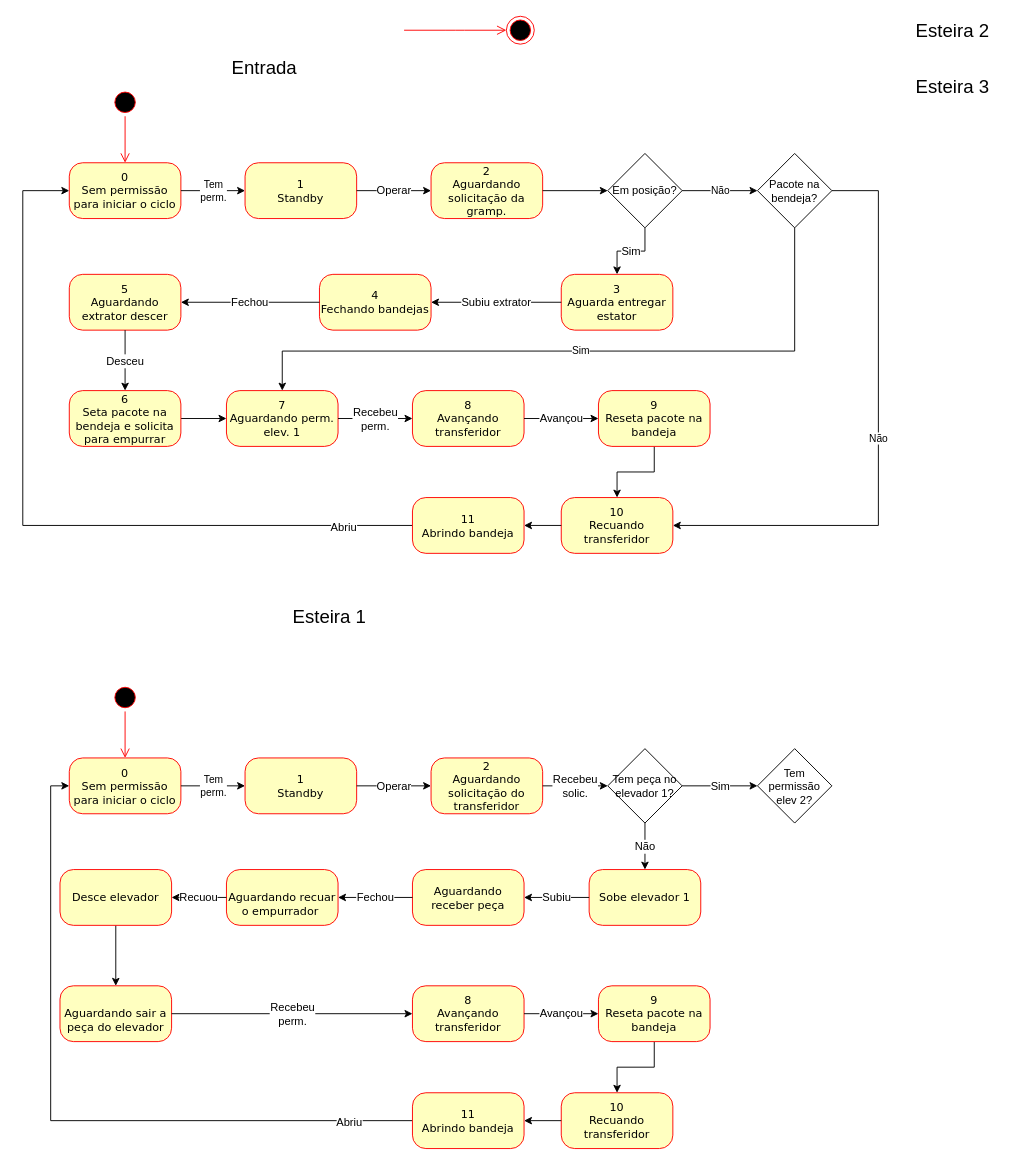
Before: estadosEsteira.drawio in JonanMuller/M04196N03_Grampeadeira, a draw.io diagram. Source tidied: cells renumbered, new cells numbered last; positions are measured from the earlier drawing's top-left corner, leaving out a move shared by most shapes. Both pictures are drawn from the tidied source at 93%, with x=0, y=0 at pixel (22, 16).
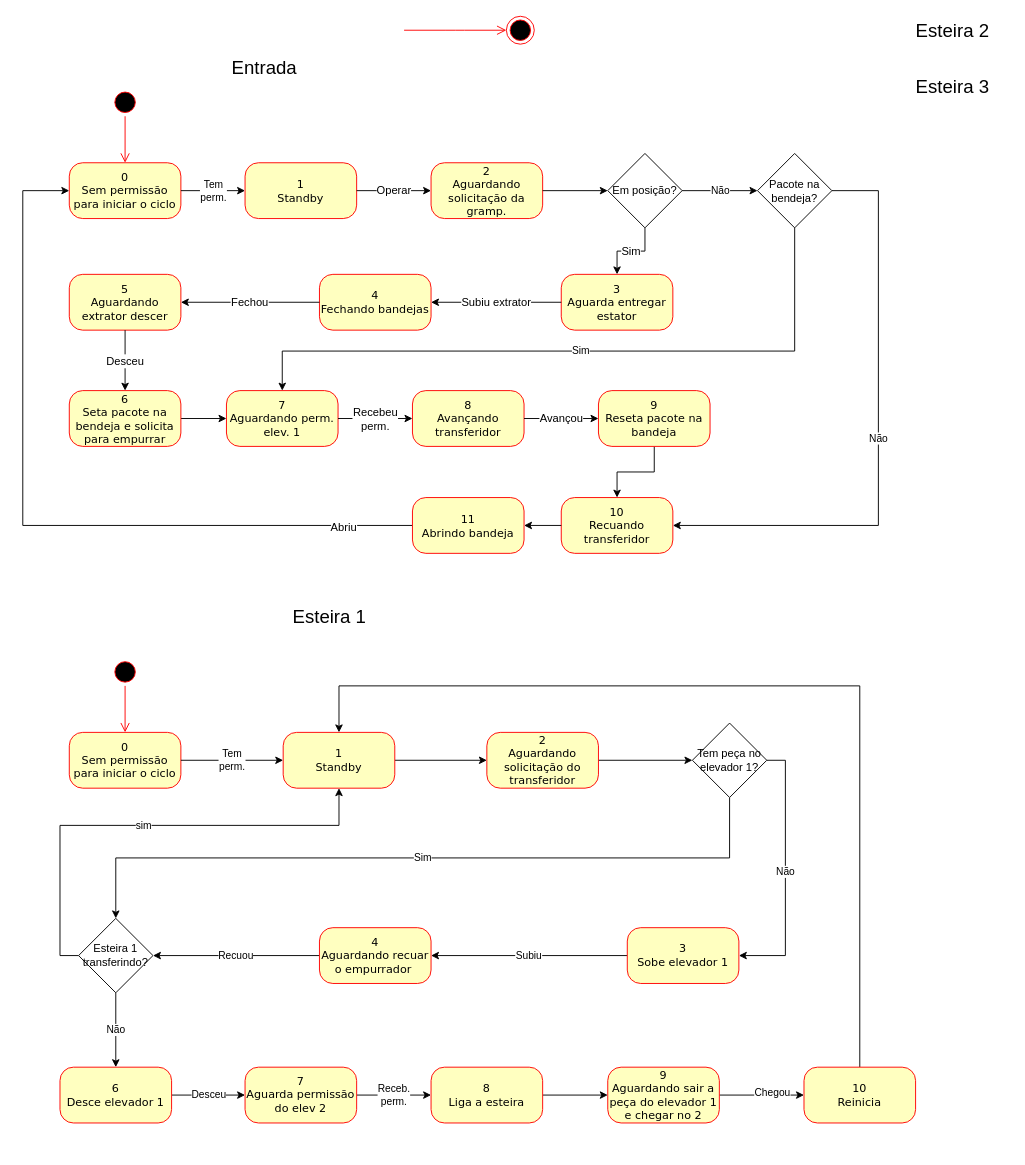
After the change.

The edit, as a diff of the source:
```diff
@@
     <mxCell id="8" style="ellipse;html=1;shape=startState;fillColor=#000000;strokeColor=#ff0000;rounded=1;shadow=0;comic=0;labelBackgroundColor=none;fontFamily=Verdana;fontSize=12;fontColor=#000000;align=center;direction=south;" parent="1" vertex="1">
-      <mxGeometry x="95" y="717.5" width="30" height="30" as="geometry" />
+      <mxGeometry x="95" y="690" width="30" height="30" as="geometry" />
     </mxCell>
     <mxCell id="9" value="0&lt;br&gt;Sem permissão para iniciar o ciclo" style="rounded=1;whiteSpace=wrap;html=1;arcSize=24;fillColor=#ffffc0;strokeColor=#ff0000;shadow=0;comic=0;labelBackgroundColor=none;fontFamily=Verdana;fontSize=12;fontColor=#000000;align=center;" parent="1" vertex="1">
-      <mxGeometry x="50" y="797.5" width="120" height="60" as="geometry" />
+      <mxGeometry x="50" y="770" width="120" height="60" as="geometry" />
     </mxCell>
+    <mxCell id="19" style="edgeStyle=orthogonalEdgeStyle;rounded=0;jettySize=auto;html=1;startArrow=none;" parent="1" edge="1" source="13" target="18">
+      <mxGeometry relative="1" as="geometry" />
+    </mxCell>
+    <mxCell id="14" style="edgeStyle=orthogonalEdgeStyle;rounded=0;jettySize=auto;html=1;" parent="1" edge="1" source="10" target="13">
+      <mxGeometry relative="1" as="geometry" />
+    </mxCell>
     <mxCell id="10" value="1&lt;br&gt;Standby" style="rounded=1;whiteSpace=wrap;html=1;arcSize=24;fillColor=#ffffc0;strokeColor=#ff0000;shadow=0;comic=0;labelBackgroundColor=none;fontFamily=Verdana;fontSize=12;fontColor=#000000;align=center;" parent="1" vertex="1">
-      <mxGeometry x="239" y="797.5" width="120" height="60" as="geometry" />
+      <mxGeometry x="280" y="770" width="120" height="60" as="geometry" />
     </mxCell>
@@
-    <mxCell id="13" value="2&lt;br&gt;Aguardando&lt;br&gt;solicitação do&lt;br&gt;transferidor" style="rounded=1;whiteSpace=wrap;html=1;arcSize=24;fillColor=#ffffc0;strokeColor=#ff0000;shadow=0;comic=0;labelBackgroundColor=none;fontFamily=Verdana;fontSize=12;fontColor=#000000;align=center;" parent="1" vertex="1">
-      <mxGeometry x="439" y="797.5" width="120" height="60" as="geometry" />
-    </mxCell>
-    <mxCell id="14" value="Operar" style="edgeStyle=orthogonalEdgeStyle;rounded=0;jettySize=auto;html=1;fontSize=12;" parent="1" edge="1" source="10" target="13">
-      <mxGeometry relative="1" as="geometry" />
-    </mxCell>
+    <mxCell id="17" value="Não" style="edgeStyle=orthogonalEdgeStyle;rounded=0;jettySize=auto;html=1;exitX=1;exitY=0.5;exitDx=0;exitDy=0;entryX=1;entryY=0.5;entryDx=0;entryDy=0;startArrow=none;" parent="1" edge="1" source="18" target="15">
+      <mxGeometry relative="1" as="geometry" />
+    </mxCell>
+    <mxCell id="21" value="Subiu" style="edgeStyle=orthogonalEdgeStyle;rounded=0;jettySize=auto;html=1;exitX=0;exitY=0.5;exitDx=0;exitDy=0;entryX=1;entryY=0.5;entryDx=0;entryDy=0;" parent="1" edge="1" source="15" target="22">
+      <mxGeometry relative="1" as="geometry" />
+    </mxCell>
-    <mxCell id="15" value="Sobe elevador 1" style="rounded=1;whiteSpace=wrap;html=1;arcSize=24;fillColor=#ffffc0;strokeColor=#ff0000;shadow=0;comic=0;labelBackgroundColor=none;fontFamily=Verdana;fontSize=12;fontColor=#000000;align=center;" parent="1" vertex="1">
-      <mxGeometry x="609" y="917.5" width="120" height="60" as="geometry" />
+    <mxCell id="15" value="3&lt;br&gt;Sobe elevador 1" style="rounded=1;whiteSpace=wrap;html=1;arcSize=24;fillColor=#ffffc0;strokeColor=#ff0000;shadow=0;comic=0;labelBackgroundColor=none;fontFamily=Verdana;fontSize=12;fontColor=#000000;align=center;" parent="1" vertex="1">
+      <mxGeometry x="650" y="980" width="120" height="60" as="geometry" />
     </mxCell>
-    <mxCell id="16" value="Sim" style="edgeStyle=orthogonalEdgeStyle;rounded=0;jettySize=auto;html=1;fontSize=12;" parent="1" edge="1" source="18" target="38">
+    <mxCell id="16" value="Sim" style="edgeStyle=orthogonalEdgeStyle;rounded=0;jettySize=auto;html=1;exitX=0.5;exitY=1;exitDx=0;exitDy=0;entryX=0.5;entryY=0;entryDx=0;entryDy=0;" parent="1" edge="1" source="18" target="81">
       <mxGeometry relative="1" as="geometry" />
     </mxCell>
-    <mxCell id="17" value="Não" style="edgeStyle=orthogonalEdgeStyle;rounded=0;jettySize=auto;html=1;fontSize=12;" parent="1" edge="1" source="18" target="15">
-      <mxGeometry relative="1" as="geometry" />
-    </mxCell>
-    <mxCell id="18" value="Tem peça no elevador 1?" style="rhombus;whiteSpace=wrap;html=1;" parent="1" vertex="1">
-      <mxGeometry x="629" y="787.5" width="80" height="80" as="geometry" />
-    </mxCell>
-    <mxCell id="19" value="Recebeu&lt;br&gt;solic." style="edgeStyle=orthogonalEdgeStyle;rounded=0;jettySize=auto;html=1;fontSize=12;" parent="1" edge="1" source="13" target="18">
-      <mxGeometry relative="1" as="geometry" />
-    </mxCell>
-    <mxCell id="20" value="Aguardando receber peça" style="rounded=1;whiteSpace=wrap;html=1;arcSize=24;fillColor=#ffffc0;strokeColor=#ff0000;shadow=0;comic=0;labelBackgroundColor=none;fontFamily=Verdana;fontSize=12;fontColor=#000000;align=center;" parent="1" vertex="1">
-      <mxGeometry x="419" y="917.5" width="120" height="60" as="geometry" />
-    </mxCell>
-    <mxCell id="21" value="Subiu" style="edgeStyle=orthogonalEdgeStyle;rounded=0;jettySize=auto;html=1;fontSize=12;" parent="1" edge="1" source="15" target="20">
-      <mxGeometry relative="1" as="geometry" />
-    </mxCell>
+    <mxCell id="30" value="Recuou" style="edgeStyle=orthogonalEdgeStyle;rounded=0;jettySize=auto;html=1;exitX=0;exitY=0.5;exitDx=0;exitDy=0;" parent="1" edge="1" source="22" target="81">
+      <mxGeometry relative="1" as="geometry" />
+    </mxCell>
-    <mxCell id="22" value="&lt;br&gt;Aguardando recuar o empurrador&amp;nbsp;" style="rounded=1;whiteSpace=wrap;html=1;arcSize=24;fillColor=#ffffc0;strokeColor=#ff0000;shadow=0;comic=0;labelBackgroundColor=none;fontFamily=Verdana;fontSize=12;fontColor=#000000;align=center;" parent="1" vertex="1">
-      <mxGeometry x="219" y="917.5" width="120" height="60" as="geometry" />
+    <mxCell id="22" value="4&lt;br&gt;Aguardando recuar o empurrador&amp;nbsp;" style="rounded=1;whiteSpace=wrap;html=1;arcSize=24;fillColor=#ffffc0;strokeColor=#ff0000;shadow=0;comic=0;labelBackgroundColor=none;fontFamily=Verdana;fontSize=12;fontColor=#000000;align=center;" parent="1" vertex="1">
+      <mxGeometry x="319" y="980" width="120" height="60" as="geometry" />
     </mxCell>
-    <mxCell id="23" value="Fechou" style="edgeStyle=orthogonalEdgeStyle;rounded=0;jettySize=auto;html=1;fontSize=12;" parent="1" edge="1" source="20" target="22">
-      <mxGeometry relative="1" as="geometry" />
-    </mxCell>
+    <mxCell id="72" style="edgeStyle=orthogonalEdgeStyle;rounded=0;jettySize=auto;html=1;" parent="1" edge="1" source="24" target="27">
+      <mxGeometry relative="1" as="geometry" />
+    </mxCell>
+    <mxCell id="73" value="Chegou" style="edgeLabel;html=1;align=center;verticalAlign=middle;" parent="72" vertex="1">
+      <mxGeometry x="0.22" y="3" relative="1" as="geometry" />
+    </mxCell>
-    <mxCell id="24" value="&lt;br&gt;Aguardando sair a peça do elevador" style="rounded=1;whiteSpace=wrap;html=1;arcSize=24;fillColor=#ffffc0;strokeColor=#ff0000;shadow=0;comic=0;labelBackgroundColor=none;fontFamily=Verdana;fontSize=12;fontColor=#000000;align=center;" parent="1" vertex="1">
-      <mxGeometry x="40" y="1042.5" width="120" height="60" as="geometry" />
+    <mxCell id="24" value="9&lt;br&gt;Aguardando sair a peça do elevador 1&lt;br&gt;e chegar no 2" style="rounded=1;whiteSpace=wrap;html=1;arcSize=24;fillColor=#ffffc0;strokeColor=#ff0000;shadow=0;comic=0;labelBackgroundColor=none;fontFamily=Verdana;fontSize=12;fontColor=#000000;align=center;" parent="1" vertex="1">
+      <mxGeometry x="629" y="1130" width="120" height="60" as="geometry" />
     </mxCell>
-    <mxCell id="25" value="8&lt;br&gt;Avançando transferidor" style="rounded=1;whiteSpace=wrap;html=1;arcSize=24;fillColor=#ffffc0;strokeColor=#ff0000;shadow=0;comic=0;labelBackgroundColor=none;fontFamily=Verdana;fontSize=12;fontColor=#000000;align=center;" parent="1" vertex="1">
-      <mxGeometry x="419" y="1042.5" width="120" height="60" as="geometry" />
-    </mxCell>
-    <mxCell id="26" value="Recebeu&lt;br&gt;perm." style="edgeStyle=orthogonalEdgeStyle;rounded=0;jettySize=auto;html=1;fontSize=12;" parent="1" edge="1" source="24" target="25">
-      <mxGeometry relative="1" as="geometry" />
-    </mxCell>
+    <mxCell id="74" style="edgeStyle=orthogonalEdgeStyle;rounded=0;jettySize=auto;html=1;exitX=0.5;exitY=0;exitDx=0;exitDy=0;entryX=0.5;entryY=0;entryDx=0;entryDy=0;" parent="1" edge="1" source="27" target="10">
+      <mxGeometry relative="1" as="geometry">
+        <Array as="points">
+          <mxPoint x="900" y="720" />
+          <mxPoint x="340" y="720" />
+        </Array>
+      </mxGeometry>
+    </mxCell>
-    <mxCell id="27" value="10&lt;br&gt;Recuando transferidor" style="rounded=1;whiteSpace=wrap;html=1;arcSize=24;fillColor=#ffffc0;strokeColor=#ff0000;shadow=0;comic=0;labelBackgroundColor=none;fontFamily=Verdana;fontSize=12;fontColor=#000000;align=center;" parent="1" vertex="1">
-      <mxGeometry x="579" y="1157.5" width="120" height="60" as="geometry" />
+    <mxCell id="27" value="10&lt;br&gt;Reinicia" style="rounded=1;whiteSpace=wrap;html=1;arcSize=24;fillColor=#ffffc0;strokeColor=#ff0000;shadow=0;comic=0;labelBackgroundColor=none;fontFamily=Verdana;fontSize=12;fontColor=#000000;align=center;" parent="1" vertex="1">
+      <mxGeometry x="840" y="1130" width="120" height="60" as="geometry" />
     </mxCell>
-    <mxCell id="28" style="edgeStyle=orthogonalEdgeStyle;rounded=0;jettySize=auto;html=1;fontSize=12;" parent="1" edge="1" source="29" target="24">
-      <mxGeometry relative="1" as="geometry">
-        <Array as="points">
-          <mxPoint x="100" y="1073" />
-        </Array>
-      </mxGeometry>
-    </mxCell>
-    <mxCell id="29" value="Desce elevador" style="rounded=1;whiteSpace=wrap;html=1;arcSize=24;fillColor=#ffffc0;strokeColor=#ff0000;shadow=0;comic=0;labelBackgroundColor=none;fontFamily=Verdana;fontSize=12;fontColor=#000000;align=center;" parent="1" vertex="1">
-      <mxGeometry x="40" y="917.5" width="120" height="60" as="geometry" />
-    </mxCell>
-    <mxCell id="30" value="Recuou" style="edgeStyle=orthogonalEdgeStyle;rounded=0;jettySize=auto;html=1;fontSize=12;" parent="1" edge="1" source="22" target="29">
-      <mxGeometry relative="1" as="geometry" />
-    </mxCell>
-    <mxCell id="31" style="edgeStyle=orthogonalEdgeStyle;rounded=0;jettySize=auto;html=1;exitX=0;exitY=0.5;exitDx=0;exitDy=0;entryX=0;entryY=0.5;entryDx=0;entryDy=0;fontSize=12;" parent="1" edge="1" source="33" target="9">
-      <mxGeometry relative="1" as="geometry" />
-    </mxCell>
-    <mxCell id="32" value="Abriu" style="edgeLabel;html=1;align=center;verticalAlign=middle;fontSize=12;" parent="31" vertex="1">
-      <mxGeometry x="-0.82" y="2" relative="1" as="geometry" />
-    </mxCell>
-    <mxCell id="33" value="11&lt;br&gt;Abrindo bandeja" style="rounded=1;whiteSpace=wrap;html=1;arcSize=24;fillColor=#ffffc0;strokeColor=#ff0000;shadow=0;comic=0;labelBackgroundColor=none;fontFamily=Verdana;fontSize=12;fontColor=#000000;align=center;" parent="1" vertex="1">
-      <mxGeometry x="419" y="1157.5" width="120" height="60" as="geometry" />
-    </mxCell>
-    <mxCell id="34" style="edgeStyle=orthogonalEdgeStyle;rounded=0;jettySize=auto;html=1;fontSize=12;" parent="1" edge="1" source="27" target="33">
-      <mxGeometry relative="1" as="geometry" />
-    </mxCell>
-    <mxCell id="35" style="edgeStyle=orthogonalEdgeStyle;rounded=0;jettySize=auto;html=1;fontSize=12;" parent="1" edge="1" source="36" target="27">
-      <mxGeometry relative="1" as="geometry" />
-    </mxCell>
-    <mxCell id="36" value="9&lt;br&gt;Reseta pacote na bandeja" style="rounded=1;whiteSpace=wrap;html=1;arcSize=24;fillColor=#ffffc0;strokeColor=#ff0000;shadow=0;comic=0;labelBackgroundColor=none;fontFamily=Verdana;fontSize=12;fontColor=#000000;align=center;" parent="1" vertex="1">
-      <mxGeometry x="619" y="1042.5" width="120" height="60" as="geometry" />
-    </mxCell>
-    <mxCell id="37" value="Avançou" style="edgeStyle=orthogonalEdgeStyle;rounded=0;jettySize=auto;html=1;fontSize=12;" parent="1" edge="1" source="25" target="36">
-      <mxGeometry relative="1" as="geometry" />
-    </mxCell>
-    <mxCell id="38" value="Tem permissão&lt;br&gt;elev 2?" style="rhombus;whiteSpace=wrap;html=1;" parent="1" vertex="1">
-      <mxGeometry x="790" y="787.5" width="80" height="80" as="geometry" />
-    </mxCell>
@@
+    <mxCell id="75" value="Receb.&lt;br&gt;perm." style="edgeStyle=orthogonalEdgeStyle;rounded=0;jettySize=auto;html=1;" parent="1" edge="1" source="76" target="78">
+      <mxGeometry relative="1" as="geometry" />
+    </mxCell>
+    <mxCell id="76" value="7&lt;br&gt;Aguarda permissão do elev 2" style="rounded=1;whiteSpace=wrap;html=1;arcSize=24;fillColor=#ffffc0;strokeColor=#ff0000;shadow=0;comic=0;labelBackgroundColor=none;fontFamily=Verdana;fontSize=12;fontColor=#000000;align=center;" parent="1" vertex="1">
+      <mxGeometry x="239" y="1130" width="120" height="60" as="geometry" />
+    </mxCell>
+    <mxCell id="77" style="edgeStyle=orthogonalEdgeStyle;rounded=0;jettySize=auto;html=1;" parent="1" edge="1" source="78" target="24">
+      <mxGeometry relative="1" as="geometry" />
+    </mxCell>
+    <mxCell id="78" value="8&lt;br&gt;Liga a esteira" style="rounded=1;whiteSpace=wrap;html=1;arcSize=24;fillColor=#ffffc0;strokeColor=#ff0000;shadow=0;comic=0;labelBackgroundColor=none;fontFamily=Verdana;fontSize=12;fontColor=#000000;align=center;" parent="1" vertex="1">
+      <mxGeometry x="439" y="1130" width="120" height="60" as="geometry" />
+    </mxCell>
+    <mxCell id="79" value="Não" style="edgeStyle=orthogonalEdgeStyle;rounded=0;jettySize=auto;html=1;exitX=0.5;exitY=1;exitDx=0;exitDy=0;entryX=0.5;entryY=0;entryDx=0;entryDy=0;" parent="1" edge="1" source="81" target="29">
+      <mxGeometry relative="1" as="geometry" />
+    </mxCell>
+    <mxCell id="80" value="sim" style="edgeStyle=orthogonalEdgeStyle;rounded=0;jettySize=auto;html=1;exitX=0;exitY=0.5;exitDx=0;exitDy=0;entryX=0.5;entryY=1;entryDx=0;entryDy=0;" parent="1" edge="1" source="81" target="10">
+      <mxGeometry relative="1" as="geometry">
+        <Array as="points">
+          <mxPoint x="40" y="1010" />
+          <mxPoint x="40" y="870" />
+          <mxPoint x="340" y="870" />
+        </Array>
+      </mxGeometry>
+    </mxCell>
+    <mxCell id="81" value="Esteira 1&lt;br&gt;transferindo?" style="rhombus;whiteSpace=wrap;html=1;" parent="1" vertex="1">
+      <mxGeometry x="60" y="970" width="80" height="80" as="geometry" />
+    </mxCell>
+    <mxCell id="82" value="Desceu" style="edgeStyle=orthogonalEdgeStyle;rounded=0;jettySize=auto;html=1;" parent="1" edge="1" source="29" target="76">
+      <mxGeometry relative="1" as="geometry" />
+    </mxCell>
+    <mxCell id="29" value="6&lt;br&gt;Desce elevador 1" style="rounded=1;whiteSpace=wrap;html=1;arcSize=24;fillColor=#ffffc0;strokeColor=#ff0000;shadow=0;comic=0;labelBackgroundColor=none;fontFamily=Verdana;fontSize=12;fontColor=#000000;align=center;" parent="1" vertex="1">
+      <mxGeometry x="40" y="1130" width="120" height="60" as="geometry" />
+    </mxCell>
+    <mxCell id="18" value="Tem peça no elevador 1?" style="rhombus;whiteSpace=wrap;html=1;" parent="1" vertex="1">
+      <mxGeometry x="720" y="760" width="80" height="80" as="geometry" />
+    </mxCell>
+    <mxCell id="13" value="2&lt;br&gt;Aguardando&lt;br&gt;solicitação do&lt;br&gt;transferidor" style="rounded=1;whiteSpace=wrap;html=1;arcSize=24;fillColor=#ffffc0;strokeColor=#ff0000;shadow=0;comic=0;labelBackgroundColor=none;fontFamily=Verdana;fontSize=12;fontColor=#000000;align=center;" parent="1" vertex="1">
+      <mxGeometry x="499" y="770" width="120" height="60" as="geometry" />
+    </mxCell>
```
